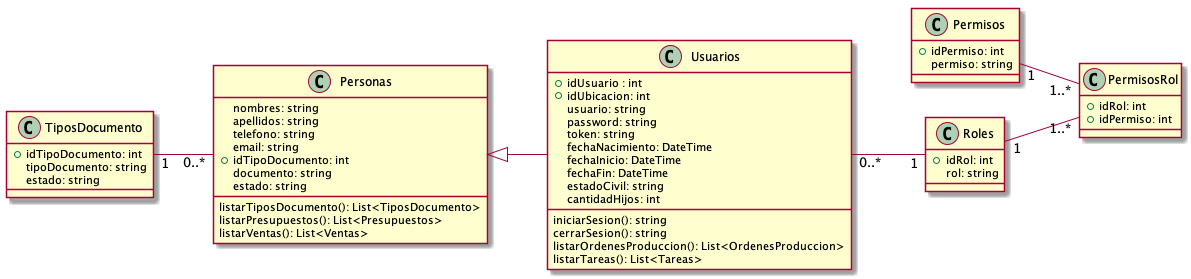
This is Informe Final/Imagenes/DiagramaClases/Vistas/vistaSistema.png from ZMGestion/DocumentacionZMGestion, a PlantUML export, as it was before one commit.
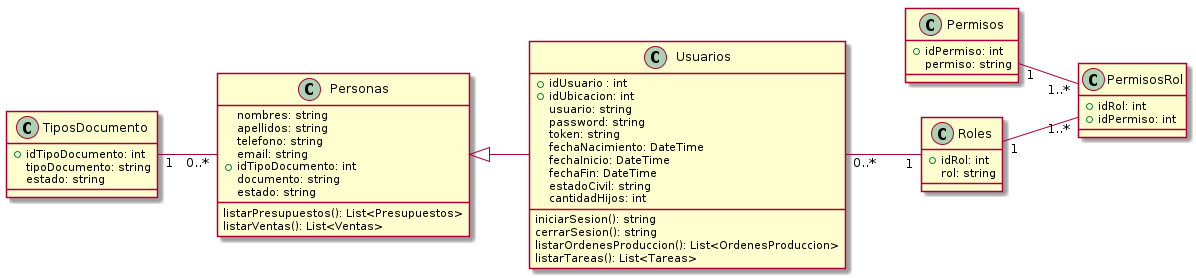
Above is the later version.

Diff of the diagram source:
```diff
@@ -8,7 +8,7 @@
    documento: string
    estado: string
 
-   listarTiposDocumento(): List<TiposDocumento>
+
    listarPresupuestos(): List<Presupuestos>
    listarVentas(): List<Ventas>
 }
```
